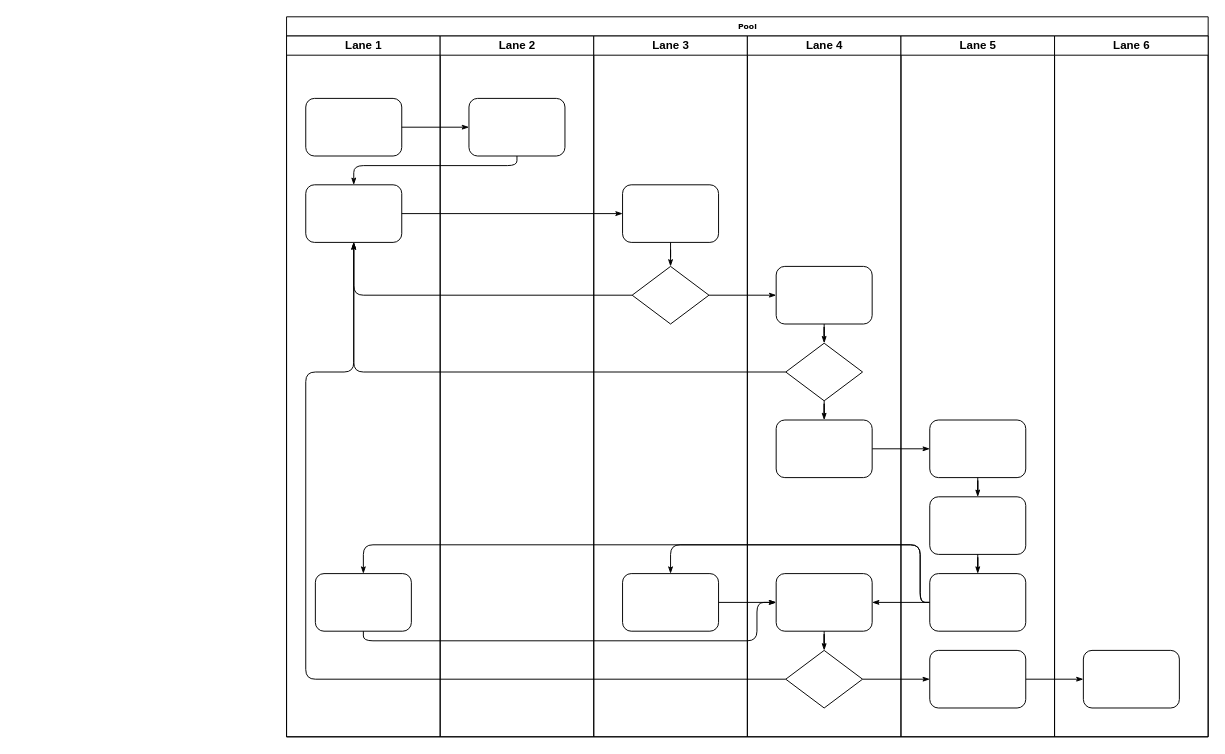
Vaycent/MyDiagrams keeps this draw.io diagram as BaHomework-ExamSys2.drawio. Above is the earlier version. Source tidied: cells renumbered, new cells numbered last; positions are measured from the earlier drawing's top-left corner, leaving out a move shared by most shapes. Both pictures are drawn from the tidied source at 96%, with x=0, y=0 at pixel (286, 16).
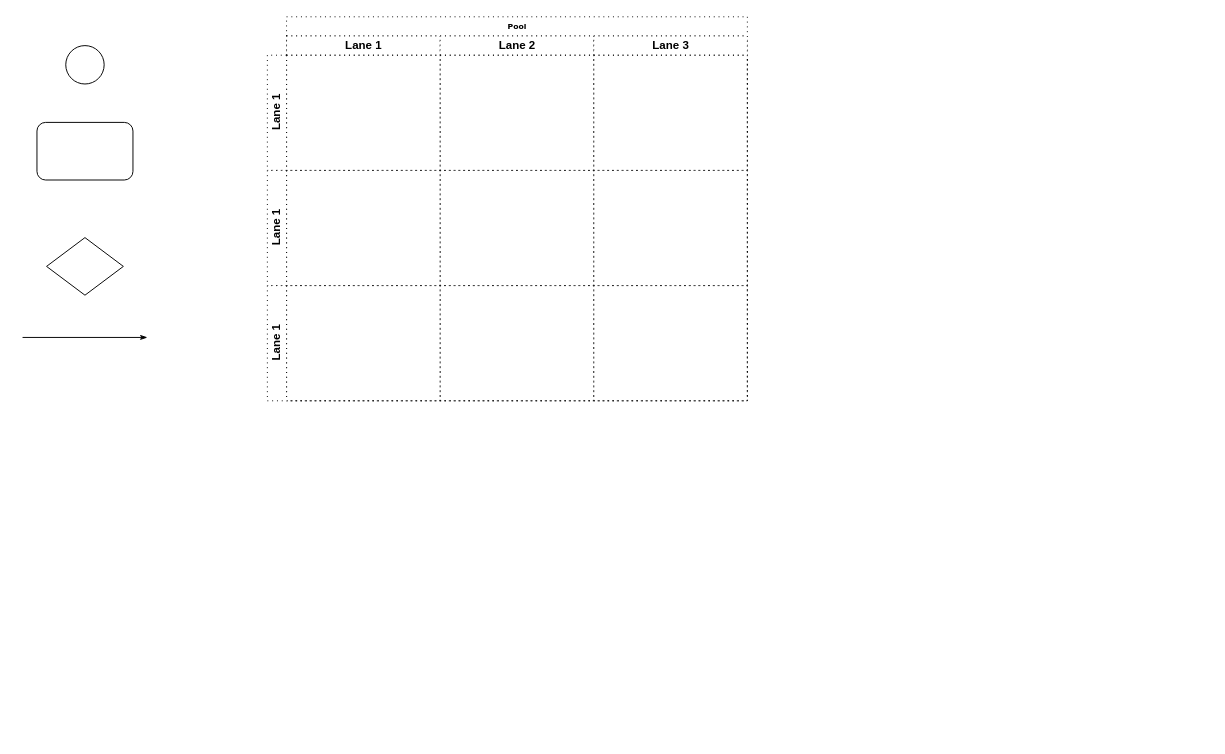
The same diagram, later.

What changed in the source:
```diff
@@
-    <mxCell id="2" value="Pool" style="swimlane;html=1;startSize=20;rounded=0;shadow=0;labelBackgroundColor=none;strokeWidth=1;fontFamily=Verdana;fontSize=8;align=center;" parent="1" vertex="1">
-      <mxGeometry width="960" height="750" as="geometry" />
+    <mxCell id="2" value="Pool" style="swimlane;html=1;startSize=20;rounded=0;shadow=0;labelBackgroundColor=none;strokeWidth=1;fontFamily=Verdana;fontSize=8;align=center;dashed=1;dashPattern=1 4;" parent="1" vertex="1">
+      <mxGeometry width="480" height="400" as="geometry" />
     </mxCell>
-    <mxCell id="3" value="Lane 1" style="swimlane;html=1;startSize=20;" parent="2" vertex="1">
-      <mxGeometry y="20" width="160" height="730" as="geometry" />
+    <mxCell id="3" value="Lane 1" style="swimlane;html=1;startSize=20;dashed=1;dashPattern=1 4;" parent="2" vertex="1">
+      <mxGeometry y="20" width="160" height="380" as="geometry" />
     </mxCell>
-    <mxCell id="4" style="rounded=1;whiteSpace=wrap;html=1;shadow=0;labelBackgroundColor=none;strokeWidth=1;fontFamily=Verdana;fontSize=8;align=center;" parent="3" vertex="1">
-      <mxGeometry x="20" y="65" width="100" height="60" as="geometry" />
-    </mxCell>
-    <mxCell id="5" style="rounded=1;whiteSpace=wrap;html=1;shadow=0;labelBackgroundColor=none;strokeWidth=1;fontFamily=Verdana;fontSize=8;align=center;" parent="3" vertex="1">
-      <mxGeometry x="20" y="155" width="100" height="60" as="geometry" />
-    </mxCell>
-    <mxCell id="6" style="rounded=1;whiteSpace=wrap;html=1;shadow=0;labelBackgroundColor=none;strokeWidth=1;fontFamily=Verdana;fontSize=8;align=center;" parent="3" vertex="1">
-      <mxGeometry x="30" y="560" width="100" height="60" as="geometry" />
-    </mxCell>
-    <mxCell id="7" style="edgeStyle=orthogonalEdgeStyle;rounded=1;html=1;labelBackgroundColor=none;startArrow=none;startFill=0;startSize=5;endArrow=classicThin;endFill=1;endSize=5;jettySize=auto;strokeWidth=1;fontFamily=Verdana;fontSize=8;" parent="2" edge="1" source="4" target="23">
-      <mxGeometry relative="1" as="geometry" />
-    </mxCell>
-    <mxCell id="8" style="edgeStyle=orthogonalEdgeStyle;rounded=1;html=1;labelBackgroundColor=none;startArrow=none;startFill=0;startSize=5;endArrow=classicThin;endFill=1;endSize=5;jettySize=auto;strokeWidth=1;fontFamily=Verdana;fontSize=8;" parent="2" edge="1" source="23" target="5">
-      <mxGeometry relative="1" as="geometry">
-        <Array as="points">
-          <mxPoint x="240" y="155" />
-          <mxPoint x="70" y="155" />
-        </Array>
-      </mxGeometry>
-    </mxCell>
-    <mxCell id="9" style="edgeStyle=orthogonalEdgeStyle;rounded=1;html=1;labelBackgroundColor=none;startArrow=none;startFill=0;startSize=5;endArrow=classicThin;endFill=1;endSize=5;jettySize=auto;strokeWidth=1;fontFamily=Verdana;fontSize=8;" parent="2" edge="1" source="5" target="25">
-      <mxGeometry relative="1" as="geometry" />
-    </mxCell>
-    <mxCell id="10" style="edgeStyle=orthogonalEdgeStyle;rounded=1;html=1;labelBackgroundColor=none;startArrow=none;startFill=0;startSize=5;endArrow=classicThin;endFill=1;endSize=5;jettySize=auto;strokeWidth=1;fontFamily=Verdana;fontSize=8;" parent="2" edge="1" source="26" target="5">
-      <mxGeometry relative="1" as="geometry" />
-    </mxCell>
-    <mxCell id="11" style="edgeStyle=orthogonalEdgeStyle;rounded=1;html=1;labelBackgroundColor=none;startArrow=none;startFill=0;startSize=5;endArrow=classicThin;endFill=1;endSize=5;jettySize=auto;strokeWidth=1;fontFamily=Verdana;fontSize=8;" parent="2" edge="1" source="31" target="5">
-      <mxGeometry relative="1" as="geometry" />
-    </mxCell>
-    <mxCell id="12" style="edgeStyle=orthogonalEdgeStyle;rounded=1;html=1;labelBackgroundColor=none;startArrow=none;startFill=0;startSize=5;endArrow=classicThin;endFill=1;endSize=5;jettySize=auto;strokeWidth=1;fontFamily=Verdana;fontSize=8;" parent="2" edge="1" source="34" target="5">
-      <mxGeometry relative="1" as="geometry">
-        <Array as="points">
-          <mxPoint x="20" y="690" />
-          <mxPoint x="20" y="370" />
-          <mxPoint x="70" y="370" />
-        </Array>
-      </mxGeometry>
-    </mxCell>
-    <mxCell id="13" style="edgeStyle=orthogonalEdgeStyle;rounded=1;html=1;labelBackgroundColor=none;startArrow=none;startFill=0;startSize=5;endArrow=classicThin;endFill=1;endSize=5;jettySize=auto;strokeWidth=1;fontFamily=Verdana;fontSize=8;" parent="2" edge="1" source="26" target="30">
-      <mxGeometry relative="1" as="geometry" />
-    </mxCell>
-    <mxCell id="14" style="edgeStyle=orthogonalEdgeStyle;rounded=1;html=1;labelBackgroundColor=none;startArrow=none;startFill=0;startSize=5;endArrow=classicThin;endFill=1;endSize=5;jettySize=auto;strokeWidth=1;fontFamily=Verdana;fontSize=8;" parent="2" edge="1" source="34" target="42">
-      <mxGeometry relative="1" as="geometry" />
+    <mxCell id="14" style="edgeStyle=orthogonalEdgeStyle;rounded=1;html=1;labelBackgroundColor=none;startArrow=none;startFill=0;startSize=5;endArrow=classicThin;endFill=1;endSize=5;jettySize=auto;orthogonalLoop=1;strokeWidth=1;fontFamily=Verdana;fontSize=8;" parent="2" edge="1">
+      <mxGeometry relative="1" as="geometry">
+        <mxPoint x="600" y="690" as="sourcePoint" />
+      </mxGeometry>
     </mxCell>
-    <mxCell id="15" style="edgeStyle=orthogonalEdgeStyle;rounded=1;html=1;labelBackgroundColor=none;startArrow=none;startFill=0;startSize=5;endArrow=classicThin;endFill=1;endSize=5;jettySize=auto;strokeWidth=1;fontFamily=Verdana;fontSize=8;" parent="2" edge="1" source="42" target="46">
-      <mxGeometry relative="1" as="geometry" />
+    <mxCell id="15" style="edgeStyle=orthogonalEdgeStyle;rounded=1;html=1;labelBackgroundColor=none;startArrow=none;startFill=0;startSize=5;endArrow=classicThin;endFill=1;endSize=5;jettySize=auto;orthogonalLoop=1;strokeWidth=1;fontFamily=Verdana;fontSize=8;" parent="2" edge="1">
+      <mxGeometry relative="1" as="geometry">
+        <mxPoint x="770" y="690" as="sourcePoint" />
+      </mxGeometry>
     </mxCell>
-    <mxCell id="16" style="edgeStyle=orthogonalEdgeStyle;rounded=1;html=1;labelBackgroundColor=none;startArrow=none;startFill=0;startSize=5;endArrow=classicThin;endFill=1;endSize=5;jettySize=auto;strokeWidth=1;fontFamily=Verdana;fontSize=8;" parent="2" edge="1" source="32" target="39">
-      <mxGeometry relative="1" as="geometry" />
+    <mxCell id="16" style="edgeStyle=orthogonalEdgeStyle;rounded=1;html=1;labelBackgroundColor=none;startArrow=none;startFill=0;startSize=5;endArrow=classicThin;endFill=1;endSize=5;jettySize=auto;orthogonalLoop=1;strokeWidth=1;fontFamily=Verdana;fontSize=8;" parent="2" edge="1">
+      <mxGeometry relative="1" as="geometry">
+        <mxPoint x="610" y="450" as="sourcePoint" />
+      </mxGeometry>
     </mxCell>
-    <mxCell id="17" style="edgeStyle=orthogonalEdgeStyle;rounded=1;html=1;labelBackgroundColor=none;startArrow=none;startFill=0;startSize=5;endArrow=classicThin;endFill=1;endSize=5;jettySize=auto;strokeWidth=1;fontFamily=Verdana;fontSize=8;" parent="2" edge="1" source="41" target="27">
-      <mxGeometry relative="1" as="geometry">
-        <Array as="points">
-          <mxPoint x="660" y="610" />
-          <mxPoint x="660" y="550" />
-          <mxPoint x="400" y="550" />
-        </Array>
-      </mxGeometry>
-    </mxCell>
-    <mxCell id="18" style="edgeStyle=orthogonalEdgeStyle;rounded=1;html=1;labelBackgroundColor=none;startArrow=none;startFill=0;startSize=5;endArrow=classicThin;endFill=1;endSize=5;jettySize=auto;strokeColor=#000000;strokeWidth=1;fontFamily=Verdana;fontSize=8;fontColor=#000000;" parent="2" edge="1" source="41" target="33">
-      <mxGeometry relative="1" as="geometry" />
+    <mxCell id="18" style="edgeStyle=orthogonalEdgeStyle;rounded=1;html=1;labelBackgroundColor=none;startArrow=none;startFill=0;startSize=5;endArrow=classicThin;endFill=1;endSize=5;jettySize=auto;orthogonalLoop=1;strokeColor=#000000;strokeWidth=1;fontFamily=Verdana;fontSize=8;fontColor=#000000;" parent="2" edge="1">
+      <mxGeometry relative="1" as="geometry">
+        <mxPoint x="610" y="610" as="targetPoint" />
+      </mxGeometry>
     </mxCell>
-    <mxCell id="19" style="edgeStyle=orthogonalEdgeStyle;rounded=1;html=1;labelBackgroundColor=none;startArrow=none;startFill=0;startSize=5;endArrow=classicThin;endFill=1;endSize=5;jettySize=auto;strokeWidth=1;fontFamily=Verdana;fontSize=8;" parent="2" edge="1" source="41" target="6">
-      <mxGeometry relative="1" as="geometry">
-        <Array as="points">
-          <mxPoint x="660" y="610" />
-          <mxPoint x="660" y="550" />
-          <mxPoint x="80" y="550" />
-        </Array>
-      </mxGeometry>
-    </mxCell>
-    <mxCell id="20" style="edgeStyle=orthogonalEdgeStyle;rounded=1;html=1;labelBackgroundColor=none;startArrow=none;startFill=0;startSize=5;endArrow=classicThin;endFill=1;endSize=5;jettySize=auto;strokeWidth=1;fontFamily=Verdana;fontSize=8;" parent="2" edge="1" source="6" target="33">
-      <mxGeometry relative="1" as="geometry">
-        <Array as="points">
-          <mxPoint x="80" y="650" />
-          <mxPoint x="490" y="650" />
-          <mxPoint x="490" y="610" />
-        </Array>
-      </mxGeometry>
-    </mxCell>
-    <mxCell id="21" style="edgeStyle=orthogonalEdgeStyle;rounded=1;html=1;labelBackgroundColor=none;startArrow=none;startFill=0;startSize=5;endArrow=classicThin;endFill=1;endSize=5;jettySize=auto;strokeWidth=1;fontFamily=Verdana;fontSize=8;" parent="2" edge="1" source="27" target="33">
-      <mxGeometry relative="1" as="geometry" />
-    </mxCell>
-    <mxCell id="22" value="Lane 2" style="swimlane;html=1;startSize=20;" parent="2" vertex="1">
-      <mxGeometry x="160" y="20" width="160" height="730" as="geometry" />
+    <mxCell id="22" value="Lane 2" style="swimlane;html=1;startSize=20;dashed=1;dashPattern=1 4;" parent="2" vertex="1">
+      <mxGeometry x="160" y="20" width="160" height="380" as="geometry" />
     </mxCell>
-    <mxCell id="23" style="rounded=1;whiteSpace=wrap;html=1;shadow=0;labelBackgroundColor=none;strokeWidth=1;fontFamily=Verdana;fontSize=8;align=center;" parent="22" vertex="1">
-      <mxGeometry x="30" y="65" width="100" height="60" as="geometry" />
-    </mxCell>
-    <mxCell id="24" value="Lane 3" style="swimlane;html=1;startSize=20;" parent="2" vertex="1">
-      <mxGeometry x="320" y="20" width="160" height="730" as="geometry" />
+    <mxCell id="24" value="Lane 3" style="swimlane;html=1;startSize=20;dashed=1;dashPattern=1 4;" parent="2" vertex="1">
+      <mxGeometry x="320" y="20" width="160" height="380" as="geometry" />
     </mxCell>
-    <mxCell id="25" style="rounded=1;whiteSpace=wrap;html=1;shadow=0;labelBackgroundColor=none;strokeWidth=1;fontFamily=Verdana;fontSize=8;align=center;" parent="24" vertex="1">
-      <mxGeometry x="30" y="155" width="100" height="60" as="geometry" />
-    </mxCell>
+    <mxCell id="47" value="Lane 1" style="swimlane;html=1;startSize=20;horizontal=0;dashed=1;dashPattern=1 4;" parent="1" vertex="1">
+      <mxGeometry x="-20" y="40" width="500" height="120" as="geometry" />
+    </mxCell>
+    <mxCell id="48" style="ellipse;whiteSpace=wrap;html=1;" parent="1" vertex="1">
+      <mxGeometry x="-230" y="30" width="40" height="40" as="geometry" />
+    </mxCell>
+    <mxCell id="4" style="rounded=1;whiteSpace=wrap;html=1;shadow=0;labelBackgroundColor=none;strokeWidth=1;fontFamily=Verdana;fontSize=8;align=center;" parent="1" vertex="1">
+      <mxGeometry x="-260" y="110" width="100" height="60" as="geometry" />
+    </mxCell>
-    <mxCell id="26" style="rhombus;whiteSpace=wrap;html=1;rounded=0;shadow=0;labelBackgroundColor=none;strokeWidth=1;fontFamily=Verdana;fontSize=8;align=center;" parent="24" vertex="1">
-      <mxGeometry x="40" y="240" width="80" height="60" as="geometry" />
+    <mxCell id="26" style="rhombus;whiteSpace=wrap;html=1;rounded=0;shadow=0;labelBackgroundColor=none;strokeWidth=1;fontFamily=Verdana;fontSize=8;align=center;" parent="1" vertex="1">
+      <mxGeometry x="-250" y="230" width="80" height="60" as="geometry" />
     </mxCell>
-    <mxCell id="27" style="rounded=1;whiteSpace=wrap;html=1;shadow=0;labelBackgroundColor=none;strokeWidth=1;fontFamily=Verdana;fontSize=8;align=center;" parent="24" vertex="1">
-      <mxGeometry x="30" y="560" width="100" height="60" as="geometry" />
-    </mxCell>
-    <mxCell id="28" style="edgeStyle=orthogonalEdgeStyle;rounded=1;html=1;labelBackgroundColor=none;startArrow=none;startFill=0;startSize=5;endArrow=classicThin;endFill=1;endSize=5;jettySize=auto;strokeWidth=1;fontFamily=Verdana;fontSize=8;" parent="24" edge="1" source="25" target="26">
-      <mxGeometry relative="1" as="geometry" />
-    </mxCell>
-    <mxCell id="29" value="Lane 4" style="swimlane;html=1;startSize=20;" parent="2" vertex="1">
-      <mxGeometry x="480" y="20" width="160" height="730" as="geometry" />
-    </mxCell>
-    <mxCell id="30" style="rounded=1;whiteSpace=wrap;html=1;shadow=0;labelBackgroundColor=none;strokeWidth=1;fontFamily=Verdana;fontSize=8;align=center;" parent="29" vertex="1">
-      <mxGeometry x="30" y="240" width="100" height="60" as="geometry" />
-    </mxCell>
-    <mxCell id="31" style="rhombus;whiteSpace=wrap;html=1;rounded=0;shadow=0;labelBackgroundColor=none;strokeWidth=1;fontFamily=Verdana;fontSize=8;align=center;" parent="29" vertex="1">
-      <mxGeometry x="40" y="320" width="80" height="60" as="geometry" />
-    </mxCell>
-    <mxCell id="32" style="rounded=1;whiteSpace=wrap;html=1;shadow=0;labelBackgroundColor=none;strokeWidth=1;fontFamily=Verdana;fontSize=8;align=center;" parent="29" vertex="1">
-      <mxGeometry x="30" y="400" width="100" height="60" as="geometry" />
-    </mxCell>
-    <mxCell id="33" style="rounded=1;whiteSpace=wrap;html=1;shadow=0;labelBackgroundColor=none;strokeWidth=1;fontFamily=Verdana;fontSize=8;align=center;" parent="29" vertex="1">
-      <mxGeometry x="30" y="560" width="100" height="60" as="geometry" />
-    </mxCell>
-    <mxCell id="34" style="rhombus;whiteSpace=wrap;html=1;rounded=0;shadow=0;labelBackgroundColor=none;strokeWidth=1;fontFamily=Verdana;fontSize=8;align=center;" parent="29" vertex="1">
-      <mxGeometry x="40" y="640" width="80" height="60" as="geometry" />
-    </mxCell>
-    <mxCell id="35" style="edgeStyle=orthogonalEdgeStyle;rounded=1;html=1;labelBackgroundColor=none;startArrow=none;startFill=0;startSize=5;endArrow=classicThin;endFill=1;endSize=5;jettySize=auto;strokeColor=#000000;strokeWidth=1;fontFamily=Verdana;fontSize=8;fontColor=#000000;" parent="29" edge="1" source="30" target="31">
-      <mxGeometry relative="1" as="geometry" />
-    </mxCell>
-    <mxCell id="36" style="edgeStyle=orthogonalEdgeStyle;rounded=1;html=1;labelBackgroundColor=none;startArrow=none;startFill=0;startSize=5;endArrow=classicThin;endFill=1;endSize=5;jettySize=auto;strokeWidth=1;fontFamily=Verdana;fontSize=8;" parent="29" edge="1" source="31" target="32">
-      <mxGeometry relative="1" as="geometry" />
-    </mxCell>
-    <mxCell id="37" style="edgeStyle=orthogonalEdgeStyle;rounded=1;html=1;labelBackgroundColor=none;startArrow=none;startFill=0;startSize=5;endArrow=classicThin;endFill=1;endSize=5;jettySize=auto;strokeWidth=1;fontFamily=Verdana;fontSize=8;" parent="29" edge="1" source="33" target="34">
-      <mxGeometry relative="1" as="geometry" />
-    </mxCell>
-    <mxCell id="38" value="Lane 5" style="swimlane;html=1;startSize=20;" parent="2" vertex="1">
-      <mxGeometry x="640" y="20" width="160" height="730" as="geometry" />
-    </mxCell>
-    <mxCell id="39" style="rounded=1;whiteSpace=wrap;html=1;shadow=0;labelBackgroundColor=none;strokeWidth=1;fontFamily=Verdana;fontSize=8;align=center;" parent="38" vertex="1">
-      <mxGeometry x="30" y="400" width="100" height="60" as="geometry" />
-    </mxCell>
-    <mxCell id="40" style="rounded=1;whiteSpace=wrap;html=1;shadow=0;labelBackgroundColor=none;strokeWidth=1;fontFamily=Verdana;fontSize=8;align=center;" parent="38" vertex="1">
-      <mxGeometry x="30" y="480" width="100" height="60" as="geometry" />
-    </mxCell>
-    <mxCell id="41" style="rounded=1;whiteSpace=wrap;html=1;shadow=0;labelBackgroundColor=none;strokeWidth=1;fontFamily=Verdana;fontSize=8;align=center;" parent="38" vertex="1">
-      <mxGeometry x="30" y="560" width="100" height="60" as="geometry" />
-    </mxCell>
-    <mxCell id="42" style="rounded=1;whiteSpace=wrap;html=1;shadow=0;labelBackgroundColor=none;strokeWidth=1;fontFamily=Verdana;fontSize=8;align=center;" parent="38" vertex="1">
-      <mxGeometry x="30" y="640" width="100" height="60" as="geometry" />
-    </mxCell>
-    <mxCell id="43" style="edgeStyle=orthogonalEdgeStyle;rounded=1;html=1;labelBackgroundColor=none;startArrow=none;startFill=0;startSize=5;endArrow=classicThin;endFill=1;endSize=5;jettySize=auto;strokeWidth=1;fontFamily=Verdana;fontSize=8;" parent="38" edge="1" source="39" target="40">
-      <mxGeometry relative="1" as="geometry" />
-    </mxCell>
-    <mxCell id="44" style="edgeStyle=orthogonalEdgeStyle;rounded=1;html=1;labelBackgroundColor=none;startArrow=none;startFill=0;startSize=5;endArrow=classicThin;endFill=1;endSize=5;jettySize=auto;strokeWidth=1;fontFamily=Verdana;fontSize=8;" parent="38" edge="1" source="40" target="41">
-      <mxGeometry relative="1" as="geometry" />
-    </mxCell>
-    <mxCell id="45" value="Lane 6" style="swimlane;html=1;startSize=20;" parent="2" vertex="1">
-      <mxGeometry x="800" y="20" width="160" height="730" as="geometry" />
-    </mxCell>
-    <mxCell id="46" style="rounded=1;whiteSpace=wrap;html=1;shadow=0;labelBackgroundColor=none;strokeWidth=1;fontFamily=Verdana;fontSize=8;align=center;" parent="45" vertex="1">
-      <mxGeometry x="30" y="640" width="100" height="60" as="geometry" />
-    </mxCell>
+    <mxCell id="49" style="edgeStyle=orthogonalEdgeStyle;rounded=1;html=1;labelBackgroundColor=none;startArrow=none;startFill=0;startSize=5;endArrow=classicThin;endFill=1;endSize=5;jettySize=auto;orthogonalLoop=1;strokeWidth=1;fontFamily=Verdana;fontSize=8;" parent="1" edge="1">
+      <mxGeometry relative="1" as="geometry">
+        <mxPoint x="-275" y="334" as="sourcePoint" />
+        <mxPoint x="-145" y="334" as="targetPoint" />
+      </mxGeometry>
+    </mxCell>
+    <mxCell id="50" value="Lane 1" style="swimlane;html=1;startSize=20;horizontal=0;dashed=1;dashPattern=1 4;" parent="1" vertex="1">
+      <mxGeometry x="-20" y="160" width="500" height="120" as="geometry" />
+    </mxCell>
+    <mxCell id="51" value="Lane 1" style="swimlane;html=1;startSize=20;horizontal=0;dashed=1;dashPattern=1 4;" parent="1" vertex="1">
+      <mxGeometry x="-20" y="280" width="500" height="120" as="geometry" />
+    </mxCell>
```
